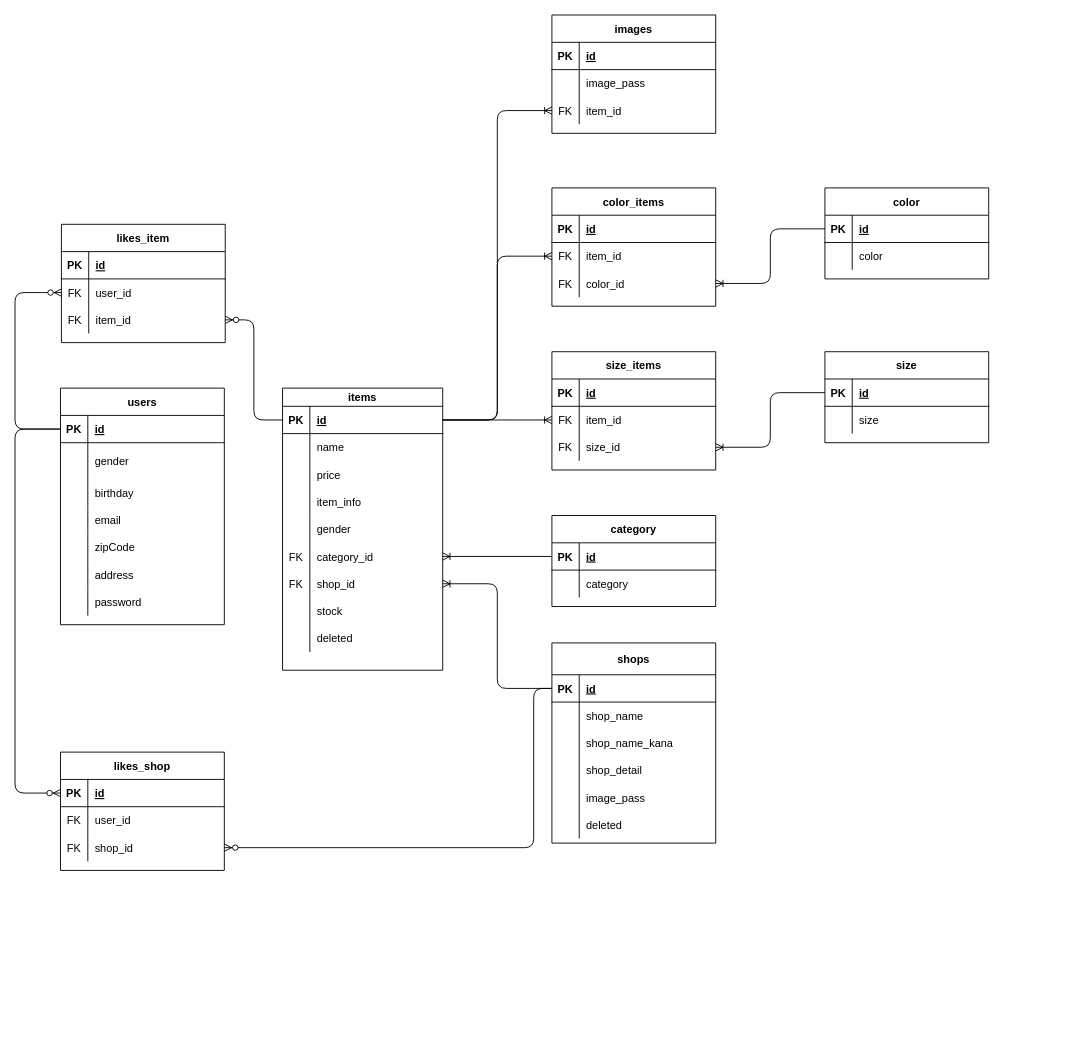
This is design/mozo.drawio from daimatsunaga/mozotown, a draw.io file, before an edit. Source tidied: cells renumbered, new cells numbered last; positions are measured from the earlier drawing's top-left corner, leaving out a move shared by most shapes. Both pictures are drawn from the tidied source at 91%, with x=0, y=0 at pixel (15, 15).
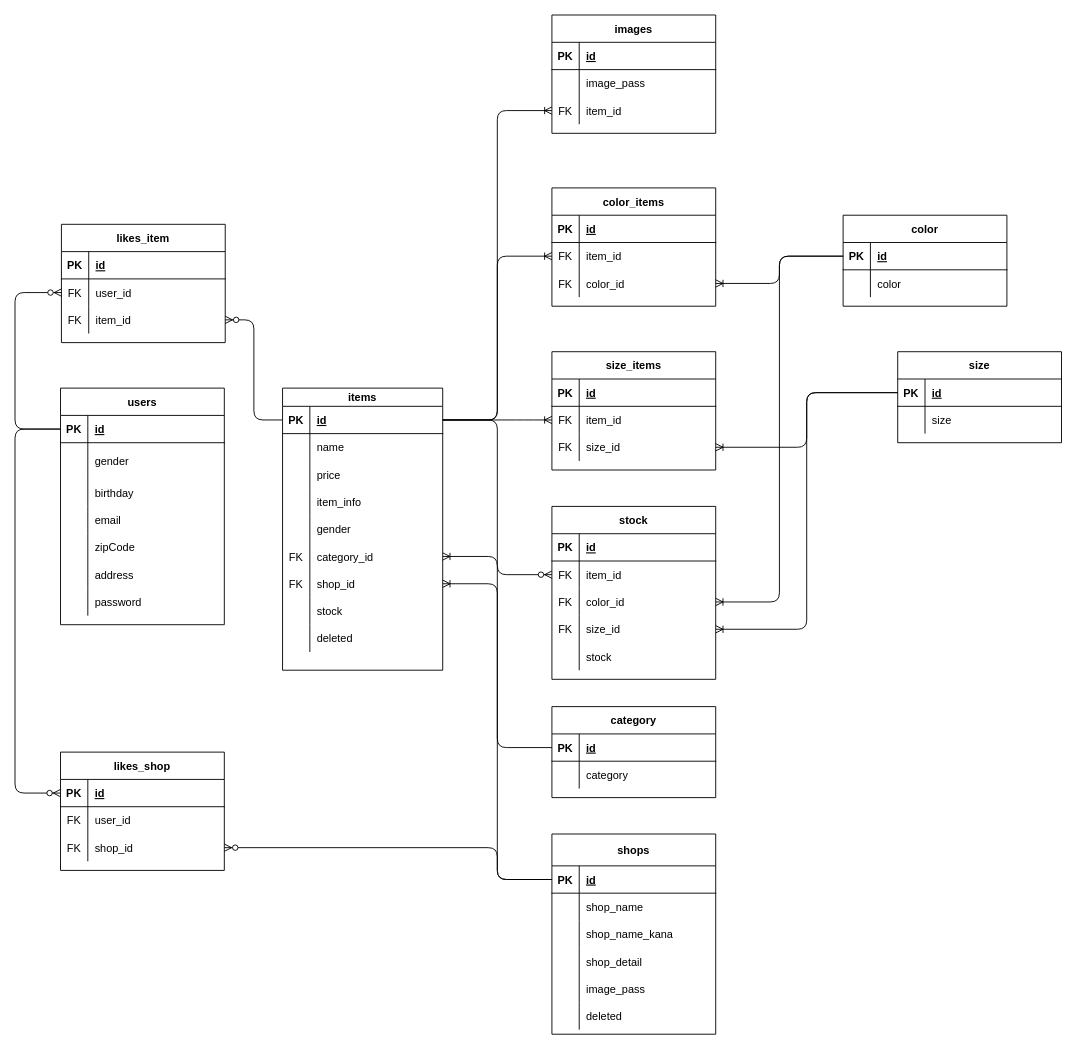
After the change.

The change refers to these unchanged cells:
```xml
<mxCell id="25" style="shape=partialRectangle;fillColor=none;top=0;left=0;bottom=1;right=0;points=[[0,0.5],[1,0.5]];portConstraint=eastwest;" parent="24" vertex="1">
  <mxGeometry y="20" width="176" height="30" as="geometry" />
</mxCell>
<mxCell id="43" style="shape=partialRectangle;fillColor=none;top=0;left=0;bottom=0;right=0;points=[[0,0.5],[1,0.5]];portConstraint=eastwest;" parent="24" vertex="1">
  <mxGeometry y="200" width="176" height="30" as="geometry" />
</mxCell>
<mxCell id="61" style="shape=partialRectangle;fillColor=none;top=0;left=0;bottom=1;right=0;points=[[0,0.5],[1,0.5]];portConstraint=eastwest;" parent="60" vertex="1">
  <mxGeometry y="35" width="180" height="30" as="geometry" />
</mxCell>
<mxCell id="86" style="shape=partialRectangle;fillColor=none;top=0;left=0;bottom=0;right=0;points=[[0,0.5],[1,0.5]];portConstraint=eastwest;" parent="79" vertex="1">
  <mxGeometry y="90" width="180" height="30" as="geometry" />
</mxCell>
<mxCell id="128" style="shape=partialRectangle;fillColor=none;top=0;left=0;bottom=1;right=0;points=[[0,0.5],[1,0.5]];portConstraint=eastwest;" parent="127" vertex="1">
  <mxGeometry y="30" width="180" height="30" as="geometry" />
</mxCell>
<mxCell id="135" style="shape=partialRectangle;fillColor=none;top=0;left=0;bottom=1;right=0;points=[[0,0.5],[1,0.5]];portConstraint=eastwest;" parent="134" vertex="1">
  <mxGeometry y="30" width="180" height="30" as="geometry" />
</mxCell>
```

The edit, as a diff of the source:
```diff
@@
     <mxCell id="52" value="category" style="shape=table;startSize=30;childLayout=tableLayout;rowLines=0;fontStyle=1;align=center;" parent="1" vertex="1">
-      <mxGeometry x="590" y="550" width="180" height="100" as="geometry" />
+      <mxGeometry x="590" y="760" width="180" height="100" as="geometry" />
     </mxCell>
@@
     <mxCell id="60" value="shops" style="shape=table;startSize=35;childLayout=tableLayout;rowLines=0;fontStyle=1;align=center;" parent="1" vertex="1">
-      <mxGeometry x="590" y="690" width="180" height="220" as="geometry" />
+      <mxGeometry x="590" y="900" width="180" height="220" as="geometry" />
     </mxCell>
@@
     <mxCell id="99" style="edgeStyle=orthogonalEdgeStyle;fontSize=12;html=1;endArrow=ERzeroToMany;endFill=1;exitX=0;exitY=0.5;exitDx=0;exitDy=0;entryX=1;entryY=0.5;entryDx=0;entryDy=0;" parent="1" edge="1" source="61" target="86">
       <mxGeometry relative="1" as="geometry">
         <Array as="points">
-          <mxPoint x="570" y="740" />
-          <mxPoint x="570" y="915" />
+          <mxPoint x="530" y="950" />
+          <mxPoint x="530" y="915" />
         </Array>
       </mxGeometry>
     </mxCell>
@@
     <mxCell id="104" style="edgeStyle=orthogonalEdgeStyle;fontSize=12;html=1;endArrow=ERoneToMany;entryX=1;entryY=0.5;entryDx=0;entryDy=0;exitX=0;exitY=0.5;exitDx=0;exitDy=0;" parent="1" edge="1" source="61" target="43">
-      <mxGeometry relative="1" as="geometry" />
+      <mxGeometry relative="1" as="geometry">
+        <Array as="points">
+          <mxPoint x="530" y="950" />
+          <mxPoint x="530" y="625" />
+        </Array>
+      </mxGeometry>
     </mxCell>
@@
     <mxCell id="127" value="color" style="shape=table;startSize=30;childLayout=tableLayout;rowLines=0;fontStyle=1;align=center;" parent="1" vertex="1">
-      <mxGeometry x="890" y="190" width="180" height="100" as="geometry" />
+      <mxGeometry x="910" y="220" width="180" height="100" as="geometry" />
     </mxCell>
@@
     <mxCell id="134" value="size" style="shape=table;startSize=30;childLayout=tableLayout;rowLines=0;fontStyle=1;align=center;" parent="1" vertex="1">
-      <mxGeometry x="890" y="370" width="180" height="100" as="geometry" />
+      <mxGeometry x="970" y="370" width="180" height="100" as="geometry" />
     </mxCell>
@@
+    <mxCell id="153" value="stock" style="shape=table;startSize=30;childLayout=tableLayout;rowLines=0;fontStyle=1;align=center;" parent="1" vertex="1">
+      <mxGeometry x="590" y="540" width="180" height="190" as="geometry" />
+    </mxCell>
+    <mxCell id="154" style="shape=partialRectangle;fillColor=none;top=0;left=0;bottom=1;right=0;" parent="153" vertex="1">
+      <mxGeometry y="30" width="180" height="30" as="geometry" />
+    </mxCell>
+    <mxCell id="155" value="PK" style="shape=partialRectangle;fillColor=none;top=0;left=0;bottom=0;right=0;fontStyle=1;overflow=hidden;" parent="154" vertex="1">
+      <mxGeometry width="30" height="30" as="geometry" />
+    </mxCell>
+    <mxCell id="156" value="id" style="shape=partialRectangle;fillColor=none;top=0;left=0;bottom=0;right=0;align=left;spacingLeft=6;fontStyle=5;overflow=hidden;" parent="154" vertex="1">
+      <mxGeometry x="30" width="150" height="30" as="geometry" />
+    </mxCell>
+    <mxCell id="157" style="shape=partialRectangle;fillColor=none;top=0;left=0;bottom=0;right=0;points=[[0,0.5],[1,0.5]];portConstraint=eastwest;" parent="153" vertex="1">
+      <mxGeometry y="60" width="180" height="30" as="geometry" />
+    </mxCell>
+    <mxCell id="158" value="FK" style="shape=partialRectangle;fillColor=none;top=0;left=0;bottom=0;right=0;overflow=hidden;" parent="157" vertex="1">
+      <mxGeometry width="30" height="30" as="geometry" />
+    </mxCell>
+    <mxCell id="159" value="item_id" style="shape=partialRectangle;fillColor=none;top=0;left=0;bottom=0;right=0;align=left;spacingLeft=6;overflow=hidden;" parent="157" vertex="1">
+      <mxGeometry x="30" width="150" height="30" as="geometry" />
+    </mxCell>
+    <mxCell id="160" style="shape=partialRectangle;fillColor=none;top=0;left=0;bottom=0;right=0;points=[[0,0.5],[1,0.5]];portConstraint=eastwest;" parent="153" vertex="1">
+      <mxGeometry y="90" width="180" height="30" as="geometry" />
+    </mxCell>
+    <mxCell id="161" value="FK" style="shape=partialRectangle;fillColor=none;top=0;left=0;bottom=0;right=0;overflow=hidden;" parent="160" vertex="1">
+      <mxGeometry width="30" height="30" as="geometry" />
+    </mxCell>
+    <mxCell id="162" value="color_id" style="shape=partialRectangle;fillColor=none;top=0;left=0;bottom=0;right=0;align=left;spacingLeft=6;overflow=hidden;" parent="160" vertex="1">
+      <mxGeometry x="30" width="150" height="30" as="geometry" />
+    </mxCell>
+    <mxCell id="163" style="shape=partialRectangle;fillColor=none;top=0;left=0;bottom=0;right=0;points=[[0,0.5],[1,0.5]];portConstraint=eastwest;" parent="153" vertex="1">
+      <mxGeometry y="120" width="180" height="30" as="geometry" />
+    </mxCell>
+    <mxCell id="164" value="FK" style="shape=partialRectangle;fillColor=none;top=0;left=0;bottom=0;right=0;overflow=hidden;" parent="163" vertex="1">
+      <mxGeometry width="30" height="30" as="geometry" />
+    </mxCell>
+    <mxCell id="165" value="size_id" style="shape=partialRectangle;fillColor=none;top=0;left=0;bottom=0;right=0;align=left;spacingLeft=6;overflow=hidden;" parent="163" vertex="1">
+      <mxGeometry x="30" width="150" height="30" as="geometry" />
+    </mxCell>
+    <mxCell id="166" style="shape=partialRectangle;fillColor=none;top=0;left=0;bottom=0;right=0;" parent="153" vertex="1">
+      <mxGeometry y="150" width="180" height="30" as="geometry" />
+    </mxCell>
+    <mxCell id="167" style="shape=partialRectangle;fillColor=none;top=0;left=0;bottom=0;right=0;overflow=hidden;" parent="166" vertex="1">
+      <mxGeometry width="30" height="30" as="geometry" />
+    </mxCell>
+    <mxCell id="168" value="stock" style="shape=partialRectangle;fillColor=none;top=0;left=0;bottom=0;right=0;align=left;spacingLeft=6;overflow=hidden;" parent="166" vertex="1">
+      <mxGeometry x="30" width="150" height="30" as="geometry" />
+    </mxCell>
+    <mxCell id="169" style="edgeStyle=orthogonalEdgeStyle;fontSize=12;html=1;endArrow=ERzeroToMany;endFill=1;exitX=1;exitY=0.5;exitDx=0;exitDy=0;entryX=0;entryY=0.5;entryDx=0;entryDy=0;" parent="1" edge="1" source="25" target="157">
+      <mxGeometry relative="1" as="geometry" />
+    </mxCell>
+    <mxCell id="170" style="edgeStyle=orthogonalEdgeStyle;fontSize=12;html=1;endArrow=ERoneToMany;exitX=0;exitY=0.5;exitDx=0;exitDy=0;entryX=1;entryY=0.5;entryDx=0;entryDy=0;" parent="1" edge="1" source="135" target="163">
+      <mxGeometry relative="1" as="geometry" />
+    </mxCell>
+    <mxCell id="171" style="edgeStyle=orthogonalEdgeStyle;fontSize=12;html=1;endArrow=ERoneToMany;exitX=0;exitY=0.5;exitDx=0;exitDy=0;entryX=1;entryY=0.5;entryDx=0;entryDy=0;" parent="1" edge="1" source="128" target="160">
+      <mxGeometry relative="1" as="geometry" />
+    </mxCell>
```
